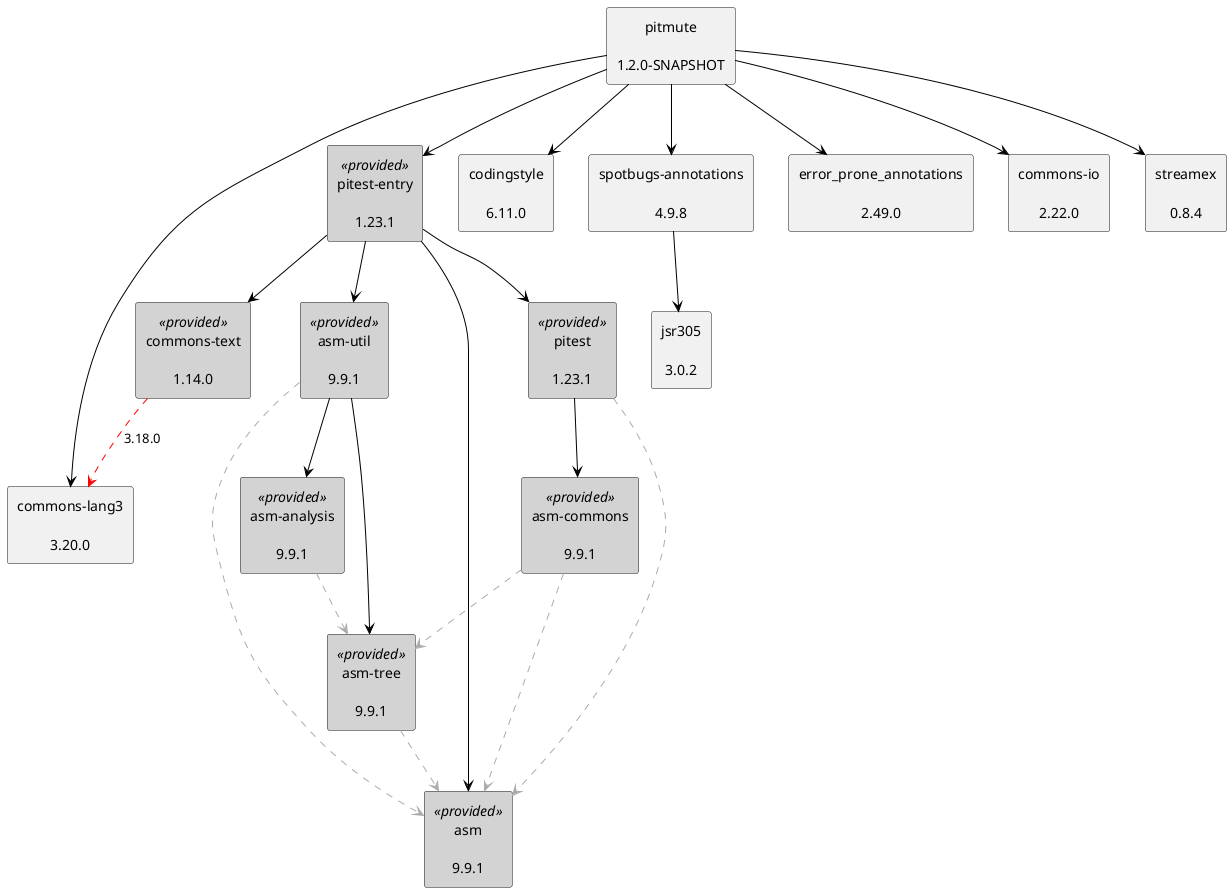
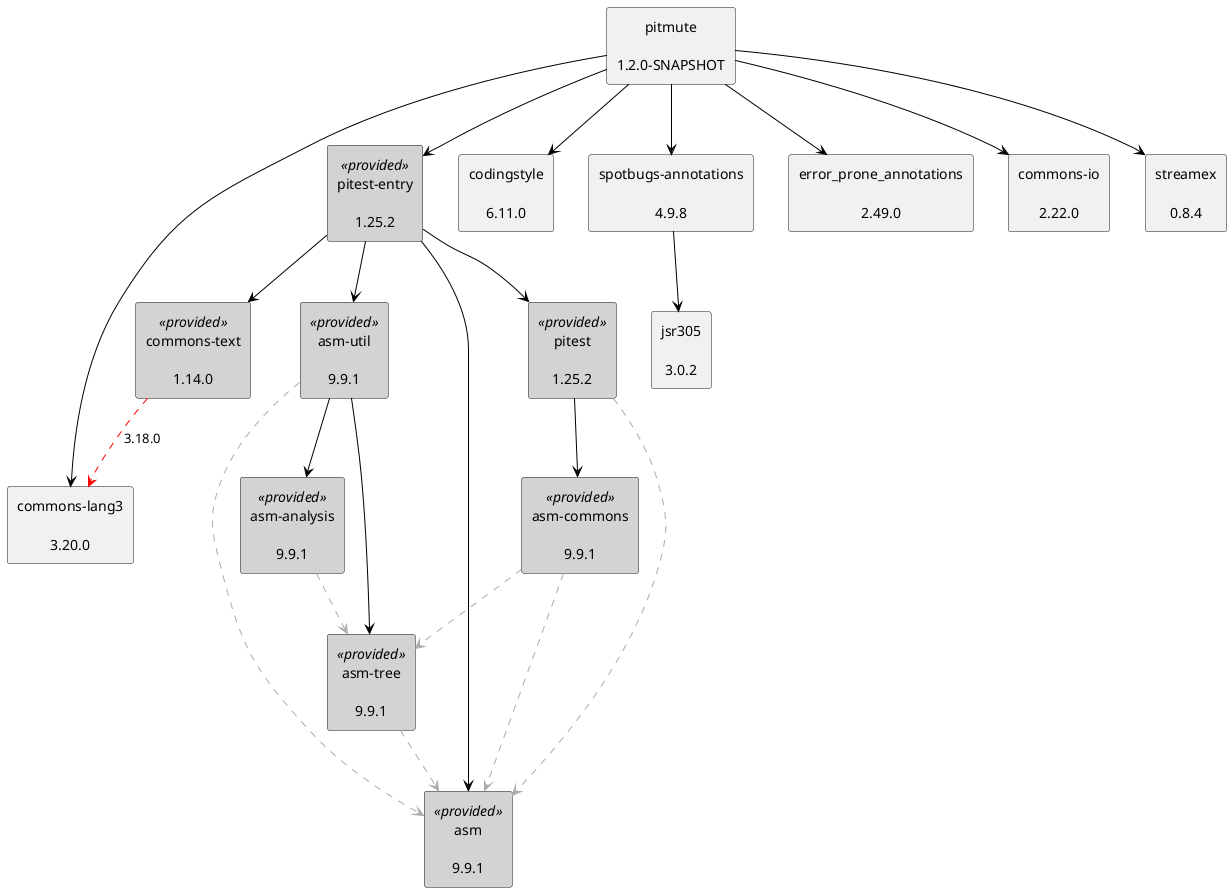
@startuml
skinparam defaultTextAlignment center
skinparam rectangle {
  BackgroundColor<<optional>> beige
  BackgroundColor<<test>> lightGreen
  BackgroundColor<<runtime>> lightBlue
  BackgroundColor<<provided>> lightGray
}
- rectangle "pitest\n\n1.23.1" as org_pitest_pitest_jar<<provided>>
+ rectangle "pitest\n\n1.25.2" as org_pitest_pitest_jar<<provided>>
rectangle "asm\n\n9.9.1" as org_ow2_asm_asm_jar<<provided>>
rectangle "asm-commons\n\n9.9.1" as org_ow2_asm_asm_commons_jar<<provided>>
rectangle "asm-tree\n\n9.9.1" as org_ow2_asm_asm_tree_jar<<provided>>
- rectangle "pitest-entry\n\n1.23.1" as org_pitest_pitest_entry_jar<<provided>>
+ rectangle "pitest-entry\n\n1.25.2" as org_pitest_pitest_entry_jar<<provided>>
rectangle "asm-util\n\n9.9.1" as org_ow2_asm_asm_util_jar<<provided>>
rectangle "asm-analysis\n\n9.9.1" as org_ow2_asm_asm_analysis_jar<<provided>>
rectangle "commons-text\n\n1.14.0" as org_apache_commons_commons_text_jar<<provided>>
rectangle "commons-lang3\n\n3.20.0" as org_apache_commons_commons_lang3_jar
rectangle "pitmute\n\n1.2.0-SNAPSHOT" as edu_hm_hafner_pitmute_jar
rectangle "codingstyle\n\n6.11.0" as edu_hm_hafner_codingstyle_jar
rectangle "spotbugs-annotations\n\n4.9.8" as com_github_spotbugs_spotbugs_annotations_jar
rectangle "jsr305\n\n3.0.2" as com_google_code_findbugs_jsr305_jar
rectangle "error_prone_annotations\n\n2.49.0" as com_google_errorprone_error_prone_annotations_jar
rectangle "commons-io\n\n2.22.0" as commons_io_commons_io_jar
rectangle "streamex\n\n0.8.4" as one_util_streamex_jar
org_pitest_pitest_jar .[#ABABAB].> org_ow2_asm_asm_jar
org_ow2_asm_asm_commons_jar .[#ABABAB].> org_ow2_asm_asm_jar
org_ow2_asm_asm_commons_jar .[#ABABAB].> org_ow2_asm_asm_tree_jar
org_pitest_pitest_jar -[#000000]-> org_ow2_asm_asm_commons_jar
org_pitest_pitest_entry_jar -[#000000]-> org_pitest_pitest_jar
org_pitest_pitest_entry_jar -[#000000]-> org_ow2_asm_asm_jar
org_ow2_asm_asm_util_jar .[#ABABAB].> org_ow2_asm_asm_jar
org_ow2_asm_asm_tree_jar .[#ABABAB].> org_ow2_asm_asm_jar
org_ow2_asm_asm_util_jar -[#000000]-> org_ow2_asm_asm_tree_jar
org_ow2_asm_asm_analysis_jar .[#ABABAB].> org_ow2_asm_asm_tree_jar
org_ow2_asm_asm_util_jar -[#000000]-> org_ow2_asm_asm_analysis_jar
org_pitest_pitest_entry_jar -[#000000]-> org_ow2_asm_asm_util_jar
org_apache_commons_commons_text_jar .[#FF0000].> org_apache_commons_commons_lang3_jar: 3.18.0
org_pitest_pitest_entry_jar -[#000000]-> org_apache_commons_commons_text_jar
edu_hm_hafner_pitmute_jar -[#000000]-> org_pitest_pitest_entry_jar
edu_hm_hafner_pitmute_jar -[#000000]-> edu_hm_hafner_codingstyle_jar
com_github_spotbugs_spotbugs_annotations_jar -[#000000]-> com_google_code_findbugs_jsr305_jar
edu_hm_hafner_pitmute_jar -[#000000]-> com_github_spotbugs_spotbugs_annotations_jar
edu_hm_hafner_pitmute_jar -[#000000]-> com_google_errorprone_error_prone_annotations_jar
edu_hm_hafner_pitmute_jar -[#000000]-> org_apache_commons_commons_lang3_jar
edu_hm_hafner_pitmute_jar -[#000000]-> commons_io_commons_io_jar
edu_hm_hafner_pitmute_jar -[#000000]-> one_util_streamex_jar
@enduml